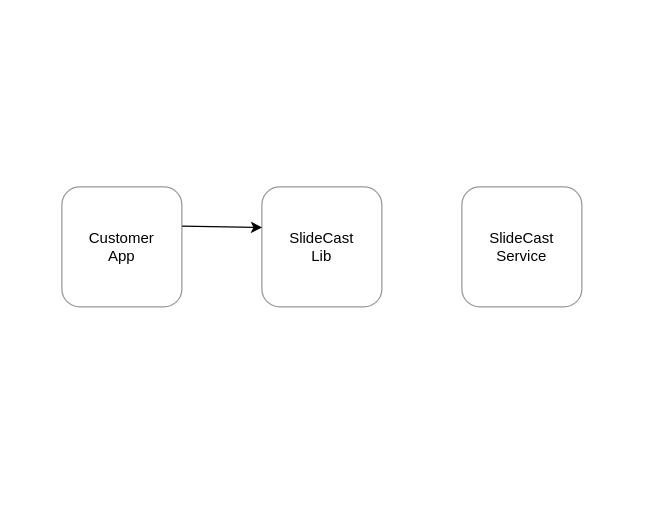
Above: page "Page-2" (2 of 2) of docs/images/charts/charts.drawio in dimastatz/metavox (draw.io), before the change. Source tidied: cells renumbered, new cells numbered last; positions are measured from the earlier drawing's top-left corner, leaving out a move shared by most shapes. Both pictures are drawn from the tidied source at 125%, with x=0, y=0 at pixel (61, 186).
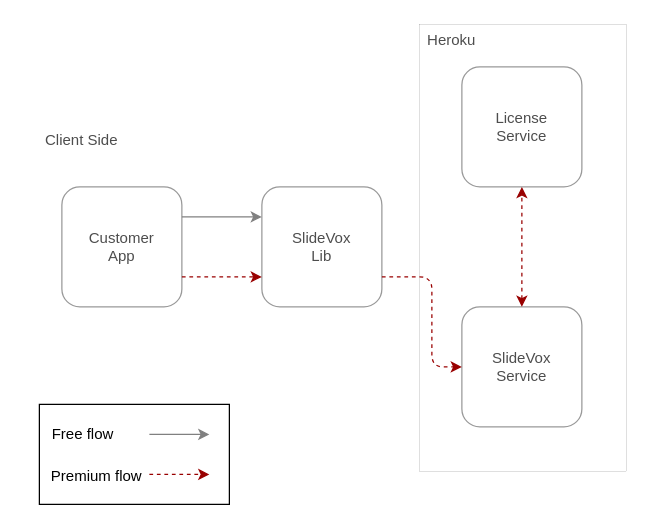
The same page after the edit.

Diff of the diagram source:
```diff
@@
+    <mxCell id="6" style="rounded=0;whiteSpace=wrap;html=1;fontColor=#808080;" parent="1" vertex="1">
+      <mxGeometry x="-18" y="174" width="152" height="80" as="geometry" />
+    </mxCell>
+    <mxCell id="7" style="rounded=0;whiteSpace=wrap;html=1;fontColor=#4D4D4D;dashed=1;strokeWidth=0;" parent="1" vertex="1">
+      <mxGeometry x="286" y="-130" width="166" height="358" as="geometry" />
+    </mxCell>
+    <mxCell id="8" style="rounded=0;whiteSpace=wrap;html=1;strokeColor=none;dashed=1;" parent="1" vertex="1">
+      <mxGeometry x="-20" y="-48" width="296" height="192" as="geometry" />
+    </mxCell>
-    <mxCell id="2" value="Customer&lt;div&gt;App&lt;/div&gt;" style="rounded=1;whiteSpace=wrap;html=1;strokeColor=#999999;" parent="1" vertex="1">
+    <mxCell id="2" value="Customer&lt;div&gt;App&lt;/div&gt;" style="rounded=1;whiteSpace=wrap;html=1;strokeColor=#999999;fontColor=#4D4D4D;" parent="1" vertex="1">
       <mxGeometry width="96" height="96" as="geometry" />
     </mxCell>
-    <mxCell id="3" value="SlideCast&lt;div&gt;Lib&lt;/div&gt;" style="rounded=1;whiteSpace=wrap;html=1;strokeColor=#999999;" parent="1" vertex="1">
+    <mxCell id="3" value="SlideVox&lt;div&gt;Lib&lt;/div&gt;" style="rounded=1;whiteSpace=wrap;html=1;strokeColor=#999999;fontColor=#4D4D4D;" parent="1" vertex="1">
       <mxGeometry x="160" width="96" height="96" as="geometry" />
     </mxCell>
-    <mxCell id="4" style="endArrow=classic;html=1;exitX=1.002;exitY=0.328;exitDx=0;exitDy=0;entryX=0.002;entryY=0.339;entryDx=0;entryDy=0;exitPerimeter=0;entryPerimeter=0;" parent="1" edge="1" source="2" target="3">
+    <mxCell id="4" style="endArrow=classic;html=1;exitX=1;exitY=0.25;exitDx=0;exitDy=0;entryX=0;entryY=0.25;entryDx=0;entryDy=0;strokeColor=#808080;" parent="1" edge="1" source="2" target="3">
       <mxGeometry relative="1" as="geometry" />
     </mxCell>
-    <mxCell id="5" value="SlideCast&lt;div&gt;Service&lt;/div&gt;" style="rounded=1;whiteSpace=wrap;html=1;strokeColor=#999999;" parent="1" vertex="1">
-      <mxGeometry x="320" width="96" height="96" as="geometry" />
+    <mxCell id="5" value="SlideVox&lt;div&gt;Service&lt;/div&gt;" style="rounded=1;whiteSpace=wrap;html=1;strokeColor=#999999;fontColor=#4D4D4D;" parent="1" vertex="1">
+      <mxGeometry x="320" y="96" width="96" height="96" as="geometry" />
     </mxCell>
+    <mxCell id="9" value="License&lt;br&gt;&lt;div&gt;Service&lt;/div&gt;" style="rounded=1;whiteSpace=wrap;html=1;strokeColor=#999999;fontColor=#4D4D4D;" parent="1" vertex="1">
+      <mxGeometry x="320" y="-96" width="96" height="96" as="geometry" />
+    </mxCell>
+    <mxCell id="10" style="endArrow=classic;html=1;exitX=1;exitY=0.75;exitDx=0;exitDy=0;entryX=0;entryY=0.75;entryDx=0;entryDy=0;strokeColor=#990000;dashed=1;" parent="1" edge="1" source="2" target="3">
+      <mxGeometry relative="1" as="geometry" />
+    </mxCell>
+    <mxCell id="11" style="endArrow=classic;html=1;exitX=1;exitY=0.75;exitDx=0;exitDy=0;entryX=0;entryY=0.5;entryDx=0;entryDy=0;edgeStyle=orthogonalEdgeStyle;strokeColor=#990000;dashed=1;" parent="1" edge="1" source="3" target="5">
+      <mxGeometry relative="1" as="geometry">
+        <Array as="points">
+          <mxPoint x="296" y="72" />
+          <mxPoint x="296" y="144" />
+        </Array>
+      </mxGeometry>
+    </mxCell>
+    <mxCell id="12" value="Client Side" style="text;html=1;align=center;verticalAlign=middle;whiteSpace=wrap;rounded=0;fontColor=#4D4D4D;" parent="1" vertex="1">
+      <mxGeometry x="-32" y="-52" width="96" height="30" as="geometry" />
+    </mxCell>
+    <mxCell id="13" value="Heroku" style="text;html=1;align=center;verticalAlign=middle;whiteSpace=wrap;rounded=0;fontColor=#4D4D4D;" parent="1" vertex="1">
+      <mxGeometry x="282" y="-132" width="60" height="30" as="geometry" />
+    </mxCell>
+    <mxCell id="14" style="endArrow=classic;startArrow=classic;html=1;exitX=0.5;exitY=0;exitDx=0;exitDy=0;entryX=0.5;entryY=1;entryDx=0;entryDy=0;strokeColor=#990000;dashed=1;" parent="1" edge="1" source="5" target="9">
+      <mxGeometry relative="1" as="geometry" />
+    </mxCell>
+    <mxCell id="15" value="Free flow" style="text;html=1;align=center;verticalAlign=middle;whiteSpace=wrap;rounded=0;fontFamily=Helvetica;" parent="1" vertex="1">
+      <mxGeometry x="-13" y="183" width="60" height="30" as="geometry" />
+    </mxCell>
+    <mxCell id="16" value="Premium flow" style="text;html=1;align=center;verticalAlign=middle;whiteSpace=wrap;rounded=0;fontFamily=Helvetica;" parent="1" vertex="1">
+      <mxGeometry x="-10" y="217" width="76" height="30" as="geometry" />
+    </mxCell>
+    <mxCell id="17" style="endArrow=classic;html=1;strokeColor=#808080;" parent="1" edge="1">
+      <mxGeometry relative="1" as="geometry">
+        <mxPoint x="70" y="198" as="sourcePoint" />
+        <mxPoint x="118" y="198" as="targetPoint" />
+      </mxGeometry>
+    </mxCell>
+    <mxCell id="18" style="endArrow=classic;html=1;strokeColor=#990000;dashed=1;" parent="1" edge="1">
+      <mxGeometry relative="1" as="geometry">
+        <mxPoint x="70" y="230" as="sourcePoint" />
+        <mxPoint x="118" y="230" as="targetPoint" />
+      </mxGeometry>
+    </mxCell>
```
